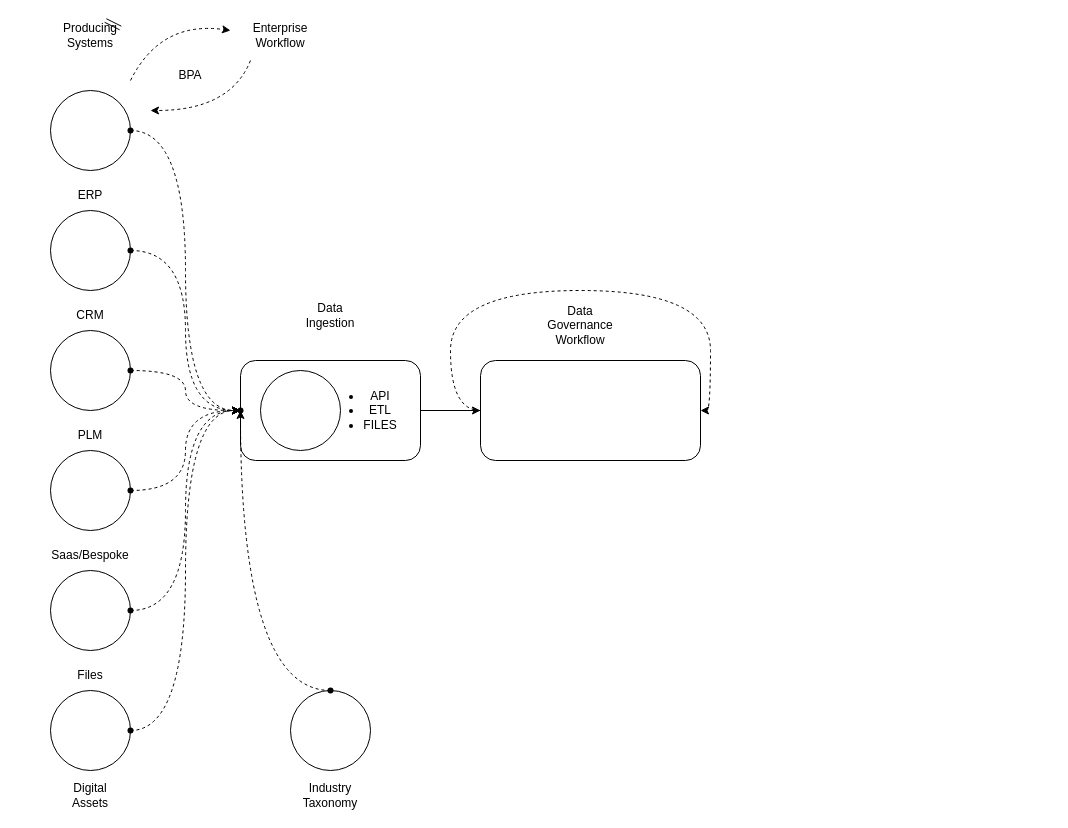
This is Data Lifecycle.drawio from bellateixeira/bellateixeira, a draw.io file, before an edit. Source tidied: cells renumbered, new cells numbered last; positions are measured from the earlier drawing's top-left corner, leaving out a move shared by most shapes. Both pictures are drawn from the tidied source at 100%, with x=0, y=0 at pixel (50, 20).
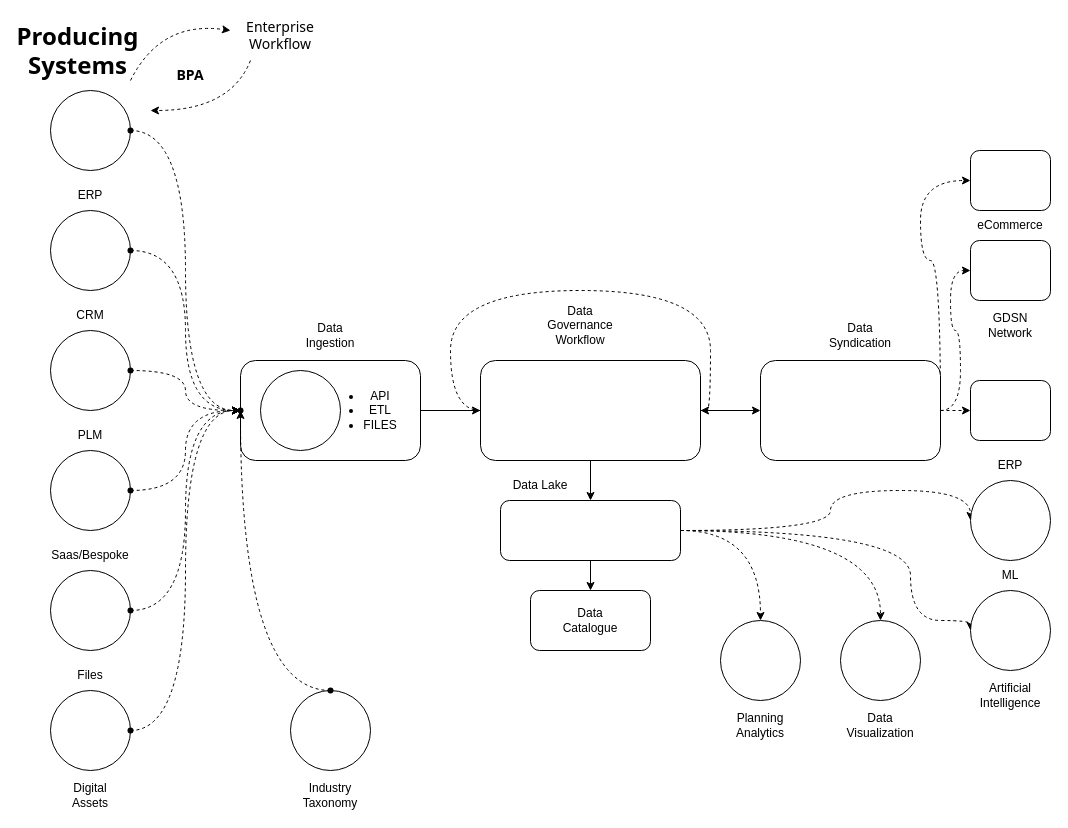
The same diagram, later.

The change refers to these unchanged cells:
```xml
<mxCell id="41" style="rounded=1;whiteSpace=wrap;html=1;labelBackgroundColor=none;" parent="1" vertex="1">
  <mxGeometry x="430" y="340" width="220" height="100" as="geometry" />
</mxCell>
```

Change to the diagram source:
```diff
@@
-    <mxCell id="14" value="Producing Systems" style="text;strokeColor=none;align=center;fillColor=none;html=1;verticalAlign=middle;whiteSpace=wrap;rounded=1;labelBackgroundColor=none;" parent="1" vertex="1">
-      <mxGeometry x="10" width="60" height="30" as="geometry" />
+    <mxCell id="14" value="&lt;b&gt;&lt;font face=&quot;Tahoma&quot; style=&quot;font-size: 24px;&quot;&gt;Producing Systems&lt;/font&gt;&lt;/b&gt;" style="text;strokeColor=none;align=center;fillColor=none;html=1;verticalAlign=middle;whiteSpace=wrap;rounded=1;labelBackgroundColor=none;" parent="1" vertex="1">
+      <mxGeometry x="-30" width="115" height="60" as="geometry" />
     </mxCell>
@@
     <mxCell id="18" value="Data Ingestion" style="text;strokeColor=none;align=center;fillColor=none;html=1;verticalAlign=middle;whiteSpace=wrap;rounded=1;labelBackgroundColor=none;" parent="1" vertex="1">
-      <mxGeometry x="250" y="280" width="60" height="30" as="geometry" />
+      <mxGeometry x="250" y="300" width="60" height="30" as="geometry" />
     </mxCell>
@@
-    <mxCell id="29" value="BPA" style="text;strokeColor=none;align=center;fillColor=none;html=1;verticalAlign=middle;whiteSpace=wrap;rounded=1;labelBackgroundColor=none;" parent="1" vertex="1">
+    <mxCell id="29" value="&lt;b&gt;&lt;font style=&quot;font-size: 14px;&quot; face=&quot;Tahoma&quot;&gt;BPA&lt;/font&gt;&lt;/b&gt;" style="text;strokeColor=none;align=center;fillColor=none;html=1;verticalAlign=middle;whiteSpace=wrap;rounded=1;labelBackgroundColor=none;" parent="1" vertex="1">
       <mxGeometry x="110" y="40" width="60" height="30" as="geometry" />
     </mxCell>
@@
-    <mxCell id="40" value="Enterprise Workflow" style="text;strokeColor=none;align=center;fillColor=none;html=1;verticalAlign=middle;whiteSpace=wrap;rounded=1;labelBackgroundColor=none;" parent="1" vertex="1">
+    <mxCell id="40" value="&lt;font style=&quot;font-size: 14px;&quot; face=&quot;Tahoma&quot;&gt;Enterprise Workflow&lt;/font&gt;" style="text;strokeColor=none;align=center;fillColor=none;html=1;verticalAlign=middle;whiteSpace=wrap;rounded=1;labelBackgroundColor=none;" parent="1" vertex="1">
       <mxGeometry x="200" width="60" height="30" as="geometry" />
     </mxCell>
+    <mxCell id="47" style="edgeStyle=orthogonalEdgeStyle;rounded=0;jettySize=auto;html=1;exitX=0.5;exitY=1;exitDx=0;exitDy=0;entryX=0.5;entryY=0;entryDx=0;entryDy=0;" parent="1" edge="1" source="41" target="58">
+      <mxGeometry relative="1" as="geometry" />
+    </mxCell>
+    <mxCell id="48" style="edgeStyle=orthogonalEdgeStyle;rounded=0;jettySize=auto;html=1;exitX=1;exitY=0.5;exitDx=0;exitDy=0;entryX=0;entryY=0.5;entryDx=0;entryDy=0;" parent="1" edge="1" source="41" target="52">
+      <mxGeometry relative="1" as="geometry" />
+    </mxCell>
@@
-    <mxCell id="46" style="edgeStyle=none;shape=link;rounded=0;orthogonalLoop=1;jettySize=auto;html=1;exitX=1;exitY=0.25;exitDx=0;exitDy=0;entryX=0.75;entryY=0;entryDx=0;entryDy=0;" parent="1" edge="1" source="14" target="14">
-      <mxGeometry relative="1" as="geometry" />
-    </mxCell>
+    <mxCell id="49" style="edgeStyle=orthogonalEdgeStyle;rounded=0;jettySize=auto;html=1;exitX=1;exitY=0.5;exitDx=0;exitDy=0;entryX=0;entryY=0.5;entryDx=0;entryDy=0;dashed=1;" parent="1" edge="1" source="52" target="62">
+      <mxGeometry relative="1" as="geometry" />
+    </mxCell>
+    <mxCell id="50" style="edgeStyle=orthogonalEdgeStyle;jettySize=auto;html=1;exitX=1;exitY=0.5;exitDx=0;exitDy=0;entryX=0;entryY=0.5;entryDx=0;entryDy=0;curved=1;dashed=1;" parent="1" edge="1" source="52" target="61">
+      <mxGeometry relative="1" as="geometry" />
+    </mxCell>
+    <mxCell id="51" style="edgeStyle=orthogonalEdgeStyle;jettySize=auto;html=1;exitX=1;exitY=0.5;exitDx=0;exitDy=0;entryX=0;entryY=0.5;entryDx=0;entryDy=0;curved=1;dashed=1;" parent="1" edge="1" source="52" target="60">
+      <mxGeometry relative="1" as="geometry">
+        <Array as="points">
+          <mxPoint x="890" y="240" />
+          <mxPoint x="870" y="240" />
+          <mxPoint x="870" y="160" />
+        </Array>
+      </mxGeometry>
+    </mxCell>
+    <mxCell id="52" style="rounded=1;whiteSpace=wrap;html=1;labelBackgroundColor=none;" parent="1" vertex="1">
+      <mxGeometry x="710" y="340" width="180" height="100" as="geometry" />
+    </mxCell>
+    <mxCell id="53" style="edgeStyle=orthogonalEdgeStyle;jettySize=auto;html=1;exitX=1;exitY=0.5;exitDx=0;exitDy=0;entryX=0.5;entryY=0;entryDx=0;entryDy=0;curved=1;dashed=1;flowAnimation=1;" parent="1" edge="1" source="58" target="66">
+      <mxGeometry relative="1" as="geometry" />
+    </mxCell>
+    <mxCell id="54" style="edgeStyle=orthogonalEdgeStyle;jettySize=auto;html=1;exitX=1;exitY=0.5;exitDx=0;exitDy=0;entryX=0.5;entryY=0;entryDx=0;entryDy=0;dashed=1;curved=1;flowAnimation=1;" parent="1" edge="1" source="58" target="65">
+      <mxGeometry relative="1" as="geometry" />
+    </mxCell>
+    <mxCell id="55" style="edgeStyle=orthogonalEdgeStyle;jettySize=auto;html=1;exitX=1;exitY=0.5;exitDx=0;exitDy=0;entryX=0;entryY=0.5;entryDx=0;entryDy=0;dashed=1;curved=1;flowAnimation=1;" parent="1" edge="1" source="58" target="64">
+      <mxGeometry relative="1" as="geometry">
+        <Array as="points">
+          <mxPoint x="860" y="510" />
+          <mxPoint x="860" y="600" />
+        </Array>
+      </mxGeometry>
+    </mxCell>
+    <mxCell id="56" style="edgeStyle=orthogonalEdgeStyle;jettySize=auto;html=1;exitX=1;exitY=0.5;exitDx=0;exitDy=0;entryX=0;entryY=0.5;entryDx=0;entryDy=0;dashed=1;curved=1;flowAnimation=1;" parent="1" edge="1" source="58" target="63">
+      <mxGeometry relative="1" as="geometry">
+        <Array as="points">
+          <mxPoint x="780" y="510" />
+          <mxPoint x="780" y="470" />
+          <mxPoint x="920" y="470" />
+        </Array>
+      </mxGeometry>
+    </mxCell>
+    <mxCell id="57" style="edgeStyle=orthogonalEdgeStyle;rounded=0;jettySize=auto;html=1;exitX=0.5;exitY=1;exitDx=0;exitDy=0;entryX=0.5;entryY=0;entryDx=0;entryDy=0;" parent="1" edge="1" source="58" target="59">
+      <mxGeometry relative="1" as="geometry" />
+    </mxCell>
+    <mxCell id="58" style="rounded=1;whiteSpace=wrap;html=1;" parent="1" vertex="1">
+      <mxGeometry x="450" y="480" width="180" height="60" as="geometry" />
+    </mxCell>
+    <mxCell id="59" style="rounded=1;whiteSpace=wrap;html=1;imageWidth=24;" parent="1" vertex="1">
+      <mxGeometry x="480" y="570" width="120" height="60" as="geometry" />
+    </mxCell>
+    <mxCell id="60" style="rounded=1;whiteSpace=wrap;html=1;" parent="1" vertex="1">
+      <mxGeometry x="920" y="130" width="80" height="60" as="geometry" />
+    </mxCell>
+    <mxCell id="61" style="rounded=1;whiteSpace=wrap;html=1;" parent="1" vertex="1">
+      <mxGeometry x="920" y="220" width="80" height="60" as="geometry" />
+    </mxCell>
+    <mxCell id="62" style="rounded=1;whiteSpace=wrap;html=1;" parent="1" vertex="1">
+      <mxGeometry x="920" y="360" width="80" height="60" as="geometry" />
+    </mxCell>
+    <mxCell id="63" style="ellipse;whiteSpace=wrap;html=1;rounded=1;labelBackgroundColor=none;" parent="1" vertex="1">
+      <mxGeometry x="920" y="460" width="80" height="80" as="geometry" />
+    </mxCell>
+    <mxCell id="64" style="ellipse;whiteSpace=wrap;html=1;rounded=1;labelBackgroundColor=none;" parent="1" vertex="1">
+      <mxGeometry x="920" y="570" width="80" height="80" as="geometry" />
+    </mxCell>
+    <mxCell id="65" style="ellipse;whiteSpace=wrap;html=1;rounded=1;labelBackgroundColor=none;" parent="1" vertex="1">
+      <mxGeometry x="790" y="600" width="80" height="80" as="geometry" />
+    </mxCell>
+    <mxCell id="66" style="ellipse;whiteSpace=wrap;html=1;rounded=1;labelBackgroundColor=none;" parent="1" vertex="1">
+      <mxGeometry x="670" y="600" width="80" height="80" as="geometry" />
+    </mxCell>
+    <mxCell id="67" value="Data Lake" style="text;strokeColor=none;align=center;fillColor=none;html=1;verticalAlign=middle;whiteSpace=wrap;rounded=0;" parent="1" vertex="1">
+      <mxGeometry x="460" y="450" width="60" height="30" as="geometry" />
+    </mxCell>
+    <mxCell id="68" value="Data Catalogue" style="text;strokeColor=none;align=center;fillColor=none;html=1;verticalAlign=middle;whiteSpace=wrap;rounded=0;" parent="1" vertex="1">
+      <mxGeometry x="510" y="585" width="60" height="30" as="geometry" />
+    </mxCell>
+    <mxCell id="69" value="Planning Analytics" style="text;strokeColor=none;align=center;fillColor=none;html=1;verticalAlign=middle;whiteSpace=wrap;rounded=0;" parent="1" vertex="1">
+      <mxGeometry x="680" y="690" width="60" height="30" as="geometry" />
+    </mxCell>
+    <mxCell id="70" value="Data Visualization" style="text;strokeColor=none;align=center;fillColor=none;html=1;verticalAlign=middle;whiteSpace=wrap;rounded=0;" parent="1" vertex="1">
+      <mxGeometry x="800" y="690" width="60" height="30" as="geometry" />
+    </mxCell>
+    <mxCell id="71" value="Artificial Intelligence" style="text;strokeColor=none;align=center;fillColor=none;html=1;verticalAlign=middle;whiteSpace=wrap;rounded=0;" parent="1" vertex="1">
+      <mxGeometry x="930" y="660" width="60" height="30" as="geometry" />
+    </mxCell>
+    <mxCell id="72" value="ML" style="text;strokeColor=none;align=center;fillColor=none;html=1;verticalAlign=middle;whiteSpace=wrap;rounded=0;" parent="1" vertex="1">
+      <mxGeometry x="930" y="540" width="60" height="30" as="geometry" />
+    </mxCell>
+    <mxCell id="73" value="ERP" style="text;strokeColor=none;align=center;fillColor=none;html=1;verticalAlign=middle;whiteSpace=wrap;rounded=0;" parent="1" vertex="1">
+      <mxGeometry x="930" y="430" width="60" height="30" as="geometry" />
+    </mxCell>
+    <mxCell id="74" value="GDSN Network" style="text;strokeColor=none;align=center;fillColor=none;html=1;verticalAlign=middle;whiteSpace=wrap;rounded=0;" parent="1" vertex="1">
+      <mxGeometry x="930" y="290" width="60" height="30" as="geometry" />
+    </mxCell>
+    <mxCell id="75" value="eCommerce" style="text;strokeColor=none;align=center;fillColor=none;html=1;verticalAlign=middle;whiteSpace=wrap;rounded=0;" parent="1" vertex="1">
+      <mxGeometry x="930" y="190" width="60" height="30" as="geometry" />
+    </mxCell>
+    <mxCell id="76" value="Data Syndication" style="text;strokeColor=none;align=center;fillColor=none;html=1;verticalAlign=middle;whiteSpace=wrap;rounded=0;" parent="1" vertex="1">
+      <mxGeometry x="780" y="300" width="60" height="30" as="geometry" />
+    </mxCell>
```
